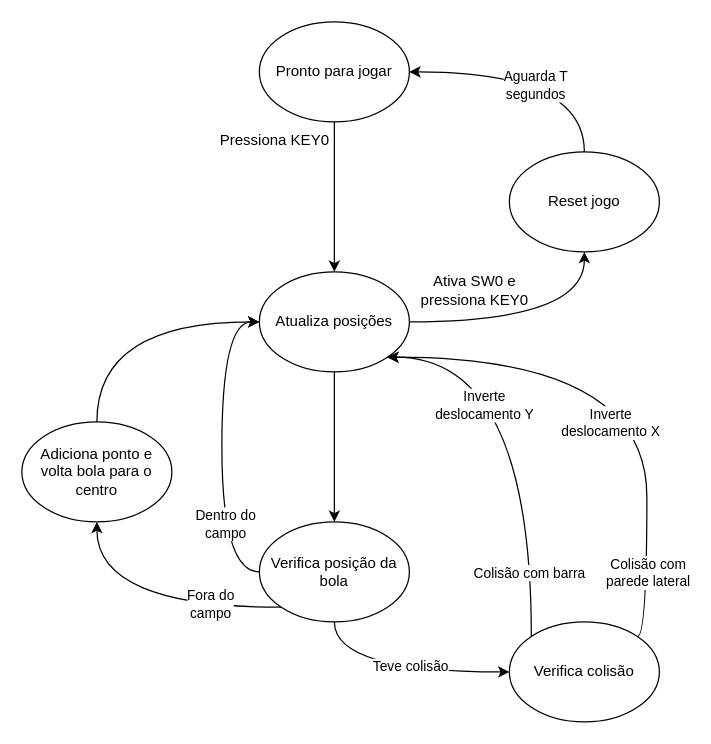
Earlier version of the draw.io diagram P2/diagramas/diagramaEstados.drawio (caio-unicamp/MC613_Best_Group). Source tidied: cells renumbered, new cells numbered last; positions are measured from the earlier drawing's top-left corner, leaving out a move shared by most shapes. Both pictures are drawn from the tidied source at 125%, with x=0, y=0 at pixel (21, 21).
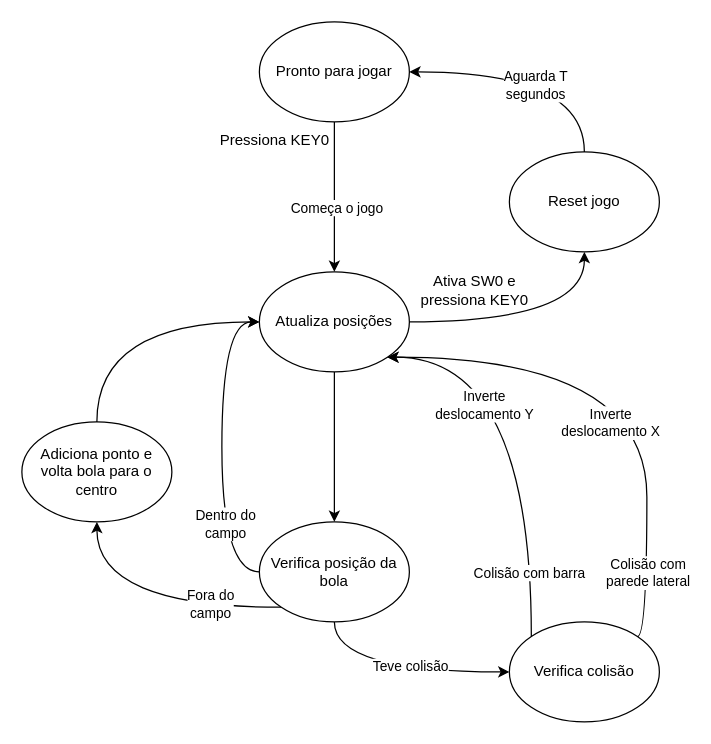
Above is the later version.

Unchanged cells that the change refers to:
```xml
<mxCell id="2" style="edgeStyle=orthogonalEdgeStyle;rounded=0;jettySize=auto;html=1;exitX=0.5;exitY=1;exitDx=0;exitDy=0;entryX=0.5;entryY=0;entryDx=0;entryDy=0;" parent="1" edge="1" source="3" target="6">
  <mxGeometry relative="1" as="geometry" />
</mxCell>
```

Diff of the diagram source:
```diff
@@
+    <mxCell id="28" value="Começa o jogo" style="edgeLabel;html=1;align=center;verticalAlign=middle;" parent="2" vertex="1">
+      <mxGeometry x="0.13" y="1" relative="1" as="geometry" />
+    </mxCell>
```
